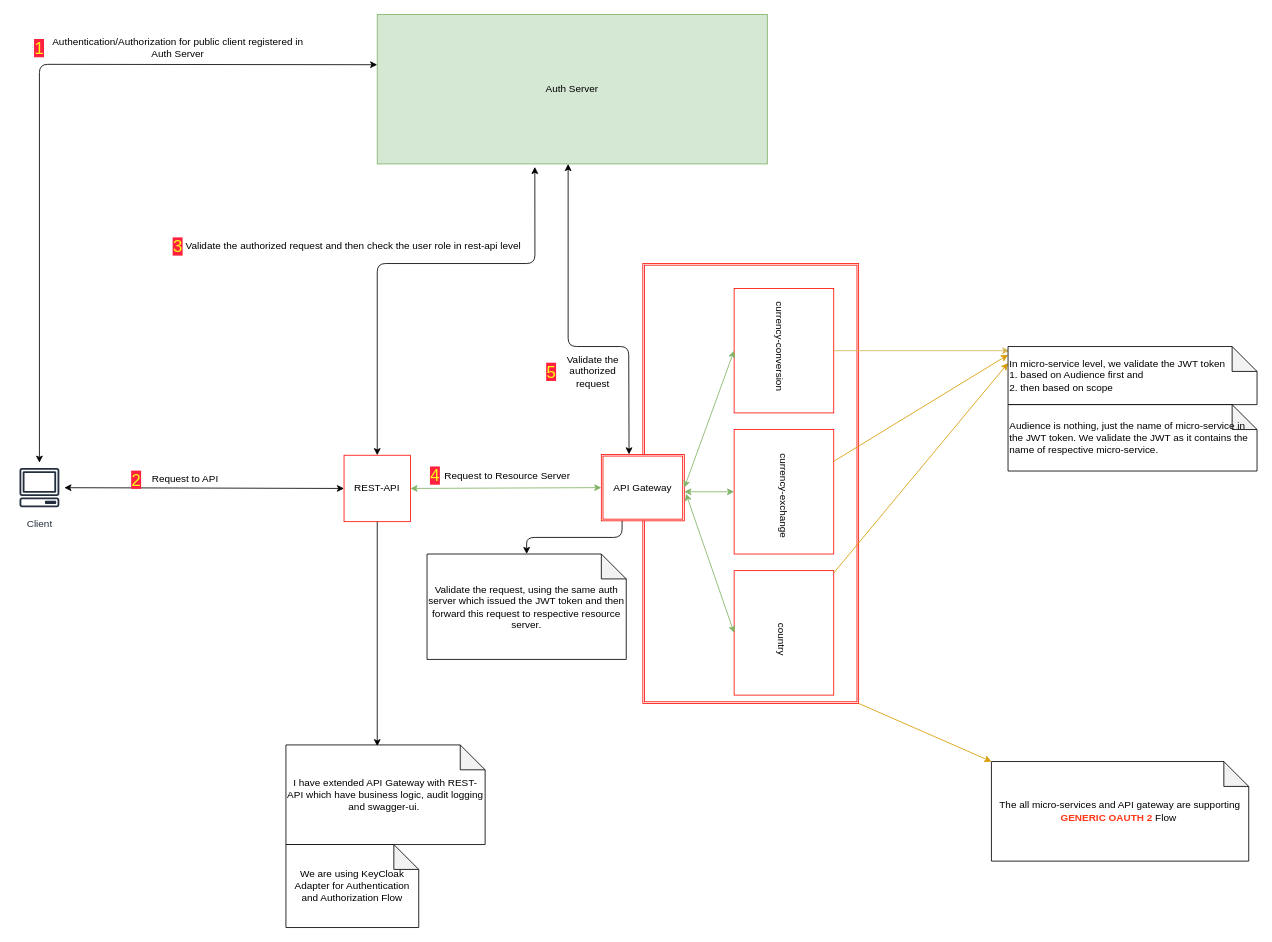
ubaid4j/Cloud-Native-App-Spring-Boot keeps this draw.io diagram as resource/Auth Flow 1.drawio. Above is the earlier version. Source tidied: cells renumbered, new cells numbered last; positions are measured from the earlier drawing's top-left corner, leaving out a move shared by most shapes. Both pictures are drawn from the tidied source at 83%, with x=0, y=0 at pixel (14, 14).
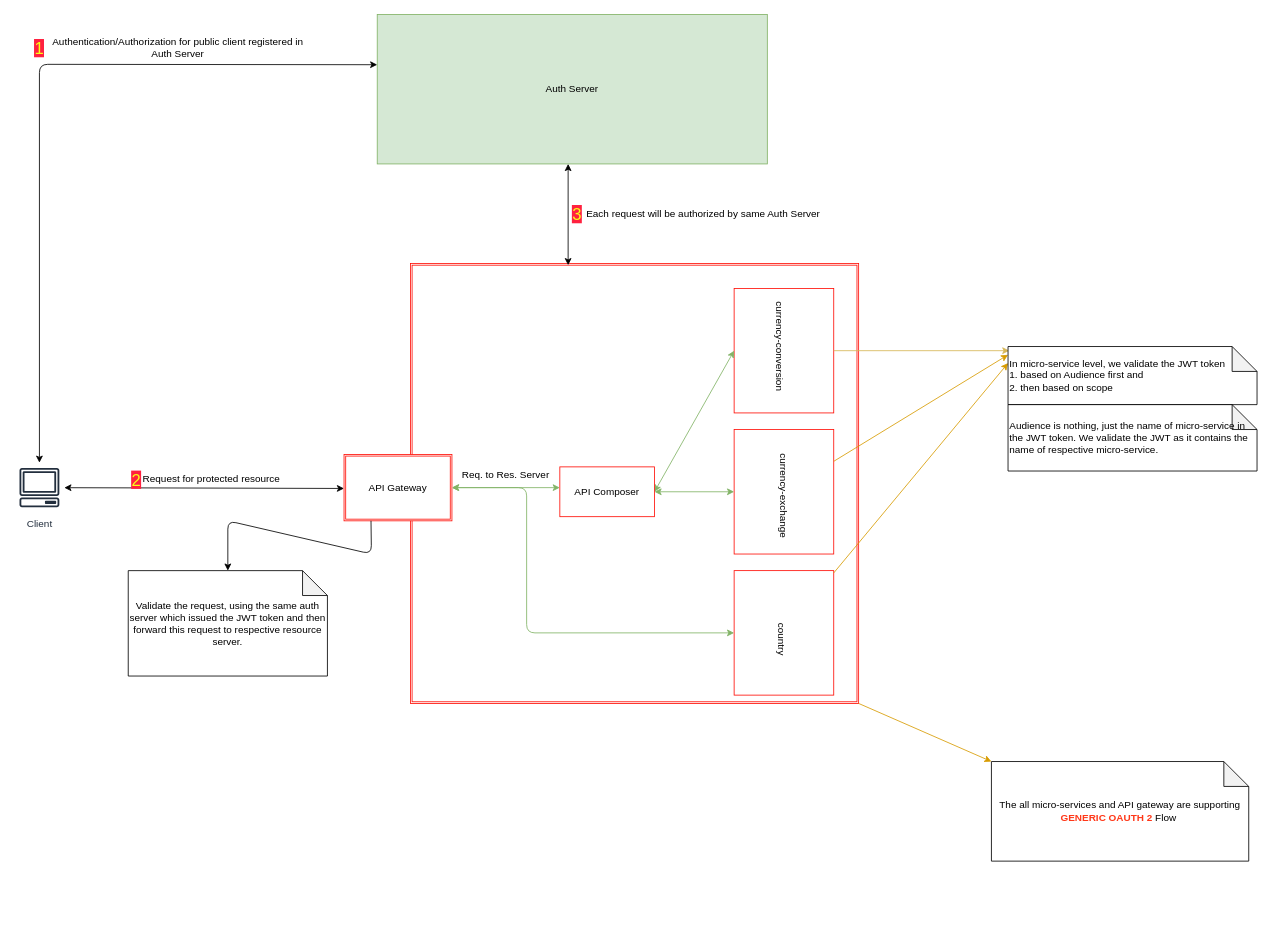
The same diagram, later.

Unchanged cells that the change refers to:
```xml
<mxCell id="4" style="whiteSpace=wrap;html=1;strokeColor=#FF1008;" parent="1" vertex="1">
  <mxGeometry x="867" y="330" width="120" height="150" as="geometry" />
</mxCell>
<mxCell id="5" style="whiteSpace=wrap;html=1;strokeColor=#FF1008;" parent="1" vertex="1">
  <mxGeometry x="867" y="500" width="120" height="150" as="geometry" />
</mxCell>
<mxCell id="6" style="whiteSpace=wrap;html=1;strokeColor=#FF1008;" parent="1" vertex="1">
  <mxGeometry x="867" y="670" width="120" height="150" as="geometry" />
</mxCell>
<mxCell id="25" value="Client" style="outlineConnect=0;fontColor=#232F3E;gradientColor=none;strokeColor=#232F3E;fillColor=#ffffff;dashed=0;verticalLabelPosition=bottom;verticalAlign=top;align=center;html=1;fontSize=12;fontStyle=0;shape=mxgraph.aws4.resourceIcon;resIcon=mxgraph.aws4.client;" parent="1" vertex="1">
  <mxGeometry y="540" width="60" height="60" as="geometry" />
</mxCell>
<mxCell id="26" value="Auth Server" style="whiteSpace=wrap;html=1;strokeColor=#82b366;fillColor=#d5e8d4;" parent="1" vertex="1">
  <mxGeometry x="437" width="470" height="180" as="geometry" />
</mxCell>
```

Diff of the diagram source:
```diff
@@
     <mxCell id="2" style="shape=ext;double=1;rounded=0;whiteSpace=wrap;html=1;strokeColor=#FF1008;" parent="1" vertex="1">
-      <mxGeometry x="757" y="300" width="260" height="530" as="geometry" />
+      <mxGeometry x="477" y="300" width="540" height="530" as="geometry" />
     </mxCell>
     <mxCell id="3" value="API Gateway" style="shape=ext;double=1;rounded=0;whiteSpace=wrap;html=1;strokeColor=#FF1008;" parent="1" vertex="1">
-      <mxGeometry x="707" y="530" width="100" height="80" as="geometry" />
+      <mxGeometry x="397" y="530" width="130" height="80" as="geometry" />
     </mxCell>
@@
-    <mxCell id="17" value="REST-API" style="whiteSpace=wrap;html=1;strokeColor=#FF1008;" parent="1" vertex="1">
-      <mxGeometry x="397" y="531" width="80" height="80" as="geometry" />
-    </mxCell>
-    <mxCell id="18" style="endArrow=classic;startArrow=classic;html=1;exitX=1;exitY=0.5;exitDx=0;exitDy=0;entryX=0;entryY=0.5;entryDx=0;entryDy=0;fillColor=#d5e8d4;strokeColor=#82b366;" parent="1" edge="1" source="17" target="3">
-      <mxGeometry relative="1" as="geometry" />
-    </mxCell>
-    <mxCell id="19" style="endArrow=classic;startArrow=classic;html=1;entryX=0;entryY=0.5;entryDx=0;entryDy=0;exitX=1;exitY=0.5;exitDx=0;exitDy=0;fillColor=#d5e8d4;strokeColor=#82b366;" parent="1" edge="1" source="3" target="4">
+    <mxCell id="19" style="endArrow=classic;startArrow=classic;html=1;entryX=0;entryY=0.5;entryDx=0;entryDy=0;fillColor=#d5e8d4;strokeColor=#82b366;exitX=1;exitY=0.5;exitDx=0;exitDy=0;" parent="1" edge="1" source="43" target="4">
       <mxGeometry relative="1" as="geometry" />
     </mxCell>
-    <mxCell id="20" style="endArrow=classic;startArrow=classic;html=1;entryX=0;entryY=0.5;entryDx=0;entryDy=0;fillColor=#d5e8d4;strokeColor=#82b366;" parent="1" edge="1" target="5">
-      <mxGeometry relative="1" as="geometry">
-        <mxPoint x="807" y="575" as="sourcePoint" />
-      </mxGeometry>
+    <mxCell id="20" style="endArrow=classic;startArrow=classic;html=1;entryX=0;entryY=0.5;entryDx=0;entryDy=0;fillColor=#d5e8d4;strokeColor=#82b366;exitX=1;exitY=0.5;exitDx=0;exitDy=0;" parent="1" edge="1" source="43" target="5">
+      <mxGeometry relative="1" as="geometry" />
     </mxCell>
-    <mxCell id="21" style="endArrow=classic;startArrow=classic;html=1;entryX=1.02;entryY=0.592;entryDx=0;entryDy=0;entryPerimeter=0;exitX=0;exitY=0.5;exitDx=0;exitDy=0;fillColor=#d5e8d4;strokeColor=#82b366;" parent="1" edge="1" source="6" target="3">
-      <mxGeometry relative="1" as="geometry" />
+    <mxCell id="21" style="endArrow=classic;startArrow=classic;html=1;entryX=1;entryY=0.5;entryDx=0;entryDy=0;exitX=0;exitY=0.5;exitDx=0;exitDy=0;fillColor=#d5e8d4;strokeColor=#82b366;" parent="1" edge="1" source="6" target="3">
+      <mxGeometry relative="1" as="geometry">
+        <Array as="points">
+          <mxPoint x="617" y="745" />
+          <mxPoint x="617" y="570" />
+        </Array>
+      </mxGeometry>
     </mxCell>
-    <mxCell id="22" style="endArrow=classic;html=1;exitX=0.5;exitY=1;exitDx=0;exitDy=0;" parent="1" edge="1" source="17">
-      <mxGeometry relative="1" as="geometry">
-        <mxPoint x="437" y="881.6" as="targetPoint" />
-      </mxGeometry>
-    </mxCell>
-    <mxCell id="23" value="I have extended API Gateway with REST-API which have business logic, audit logging and swagger-ui.&amp;nbsp;" style="shape=note;whiteSpace=wrap;html=1;backgroundOutline=1;darkOpacity=0.05;" parent="1" vertex="1">
-      <mxGeometry x="327" y="880" width="240" height="120" as="geometry" />
-    </mxCell>
-    <mxCell id="24" style="endArrow=classic;startArrow=classic;html=1;entryX=0;entryY=0.5;entryDx=0;entryDy=0;" parent="1" edge="1" source="25" target="17">
-      <mxGeometry relative="1" as="geometry" />
+    <mxCell id="24" style="endArrow=classic;startArrow=classic;html=1;entryX=0;entryY=0.5;entryDx=0;entryDy=0;" parent="1" edge="1" source="25">
+      <mxGeometry relative="1" as="geometry">
+        <mxPoint x="397" y="571" as="targetPoint" />
+      </mxGeometry>
     </mxCell>
@@
-    <mxCell id="29" style="endArrow=classic;startArrow=classic;html=1;exitX=0.5;exitY=0;exitDx=0;exitDy=0;entryX=0.404;entryY=1.02;entryDx=0;entryDy=0;entryPerimeter=0;" parent="1" edge="1" source="17" target="26">
-      <mxGeometry relative="1" as="geometry">
-        <Array as="points">
-          <mxPoint x="437" y="300" />
-          <mxPoint x="627" y="300" />
-        </Array>
-      </mxGeometry>
-    </mxCell>
-    <mxCell id="30" value="Validate the authorized request and then check the user role in rest-api level" style="text;html=1;align=center;verticalAlign=middle;" parent="1" vertex="1">
-      <mxGeometry x="198" y="269" width="420" height="20" as="geometry" />
-    </mxCell>
-    <mxCell id="31" value="Request to API&amp;nbsp;" style="text;html=1;align=center;verticalAlign=middle;" parent="1" vertex="1">
-      <mxGeometry x="157" y="550" width="100" height="20" as="geometry" />
+    <mxCell id="31" value="Request for protected resource" style="text;html=1;align=center;verticalAlign=middle;" parent="1" vertex="1">
+      <mxGeometry x="147" y="550" width="180" height="20" as="geometry" />
     </mxCell>
-    <mxCell id="32" value="Request to Resource Server" style="text;html=1;strokeColor=none;fillColor=none;align=center;verticalAlign=middle;whiteSpace=wrap;rounded=0;" parent="1" vertex="1">
-      <mxGeometry x="509" y="541" width="170" height="30" as="geometry" />
+    <mxCell id="32" value="Req. to Res. Server" style="text;html=1;strokeColor=none;fillColor=none;align=center;verticalAlign=middle;whiteSpace=wrap;rounded=0;" parent="1" vertex="1">
+      <mxGeometry x="507" y="540" width="170" height="30" as="geometry" />
     </mxCell>
     <mxCell id="33" value="Validate the request, using the same auth server which issued the JWT token and then forward this request to respective resource server." style="shape=note;whiteSpace=wrap;html=1;backgroundOutline=1;darkOpacity=0.05;" parent="1" vertex="1">
-      <mxGeometry x="497" y="650" width="240" height="127" as="geometry" />
+      <mxGeometry x="137" y="670" width="240" height="127" as="geometry" />
     </mxCell>
     <mxCell id="34" style="endArrow=classic;html=1;exitX=0.25;exitY=1;exitDx=0;exitDy=0;entryX=0.5;entryY=0;entryDx=0;entryDy=0;entryPerimeter=0;" parent="1" edge="1" source="3" target="33">
       <mxGeometry relative="1" as="geometry">
         <Array as="points">
-          <mxPoint x="732" y="630" />
-          <mxPoint x="617" y="630" />
+          <mxPoint x="430" y="650" />
+          <mxPoint x="257" y="610" />
         </Array>
       </mxGeometry>
     </mxCell>
-    <mxCell id="35" value="We are using KeyCloak Adapter for Authentication and Authorization Flow" style="shape=note;whiteSpace=wrap;html=1;backgroundOutline=1;darkOpacity=0.05;" parent="1" vertex="1">
-      <mxGeometry x="327" y="1000" width="160" height="100" as="geometry" />
-    </mxCell>
-    <mxCell id="36" style="endArrow=classic;startArrow=classic;html=1;exitX=0.334;exitY=0;exitDx=0;exitDy=0;exitPerimeter=0;" parent="1" edge="1" source="3">
-      <mxGeometry relative="1" as="geometry">
-        <mxPoint x="667" y="180" as="targetPoint" />
-        <Array as="points">
-          <mxPoint x="740" y="400" />
-          <mxPoint x="667" y="400" />
-        </Array>
-      </mxGeometry>
-    </mxCell>
-    <mxCell id="37" value="Validate the authorized request" style="text;html=1;strokeColor=none;fillColor=none;align=center;verticalAlign=middle;whiteSpace=wrap;rounded=0;" parent="1" vertex="1">
-      <mxGeometry x="657" y="410" width="80" height="40" as="geometry" />
-    </mxCell>
@@
+    <mxCell id="43" value="API Composer" style="whiteSpace=wrap;html=1;strokeColor=#FF1008;" parent="1" vertex="1">
+      <mxGeometry x="657" y="545" width="114" height="60" as="geometry" />
+    </mxCell>
+    <mxCell id="44" style="endArrow=classic;startArrow=classic;html=1;fillColor=#d5e8d4;strokeColor=#82b366;exitX=1;exitY=0.5;exitDx=0;exitDy=0;" parent="1" edge="1" source="3">
+      <mxGeometry relative="1" as="geometry">
+        <mxPoint x="657" y="570" as="targetPoint" />
+      </mxGeometry>
+    </mxCell>
     <mxCell id="40" value="&lt;font color=&quot;#f7ff14&quot;&gt;&lt;span style=&quot;font-size: 20px ; background-color: rgb(255 , 33 , 63)&quot;&gt;3&lt;/span&gt;&lt;/font&gt;" style="text;html=1;strokeColor=none;fillColor=none;align=center;verticalAlign=middle;whiteSpace=wrap;rounded=0;" parent="1" vertex="1">
-      <mxGeometry x="177" y="269" width="40" height="20" as="geometry" />
+      <mxGeometry x="658" y="230" width="40" height="20" as="geometry" />
     </mxCell>
-    <mxCell id="41" value="&lt;font color=&quot;#f7ff14&quot;&gt;&lt;span style=&quot;font-size: 20px ; background-color: rgb(255 , 33 , 63)&quot;&gt;4&lt;/span&gt;&lt;/font&gt;" style="text;html=1;strokeColor=none;fillColor=none;align=center;verticalAlign=middle;whiteSpace=wrap;rounded=0;" parent="1" vertex="1">
-      <mxGeometry x="487" y="545" width="40" height="20" as="geometry" />
-    </mxCell>
-    <mxCell id="42" value="&lt;font color=&quot;#f7ff14&quot;&gt;&lt;span style=&quot;font-size: 20px ; background-color: rgb(255 , 33 , 63)&quot;&gt;5&lt;/span&gt;&lt;/font&gt;" style="text;html=1;strokeColor=none;fillColor=none;align=center;verticalAlign=middle;whiteSpace=wrap;rounded=0;" parent="1" vertex="1">
-      <mxGeometry x="627" y="420" width="40" height="20" as="geometry" />
-    </mxCell>
+    <mxCell id="45" style="endArrow=classic;startArrow=classic;html=1;" parent="1" edge="1">
+      <mxGeometry relative="1" as="geometry">
+        <mxPoint x="667" y="302" as="sourcePoint" />
+        <mxPoint x="667" y="180" as="targetPoint" />
+      </mxGeometry>
+    </mxCell>
+    <mxCell id="46" value="Each request will be authorized by same Auth Server" style="text;html=1;strokeColor=none;fillColor=none;align=center;verticalAlign=middle;whiteSpace=wrap;rounded=0;" parent="1" vertex="1">
+      <mxGeometry x="677" y="230" width="306" height="20" as="geometry" />
+    </mxCell>
```
